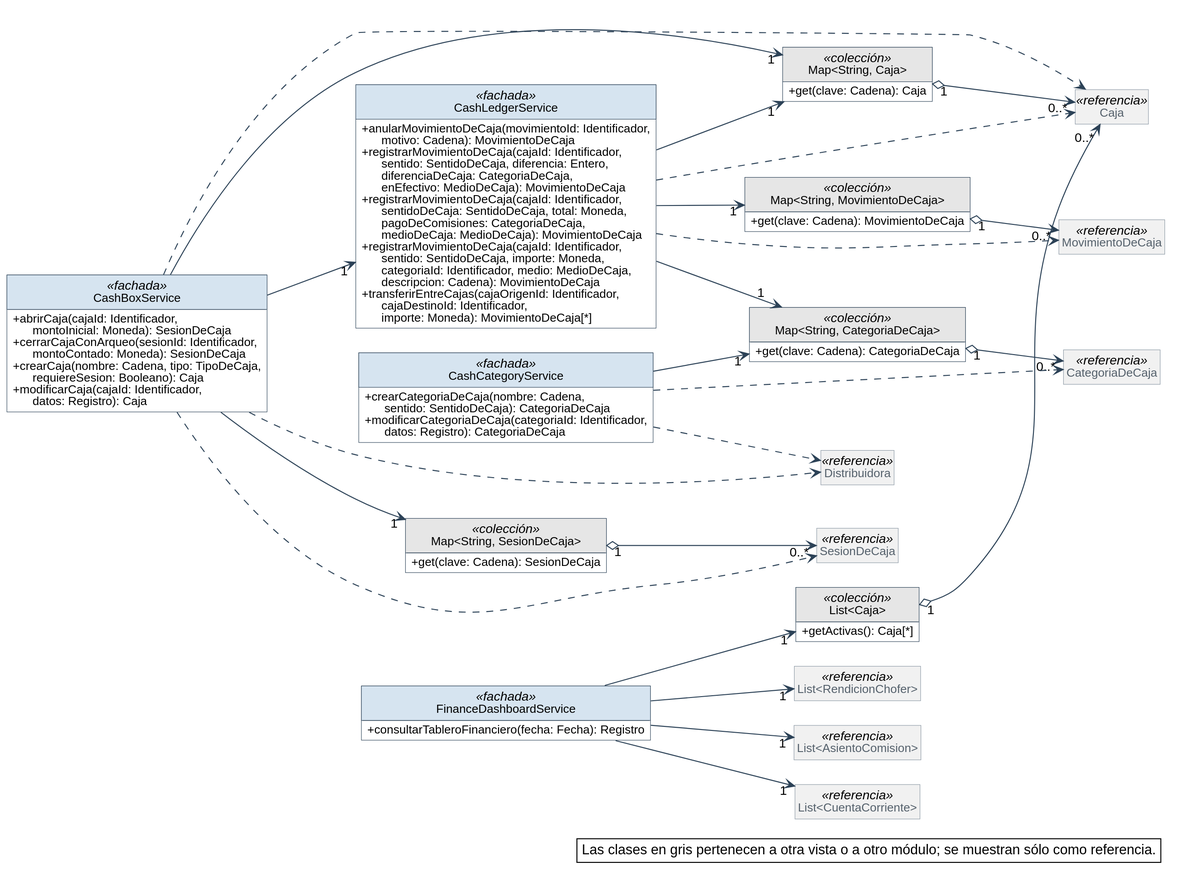
The PlantUML diagram diagramas/clases-diseno/DC_Mod_Caja.svg in Nahuelito-Dev/splg-docs, before a commit.
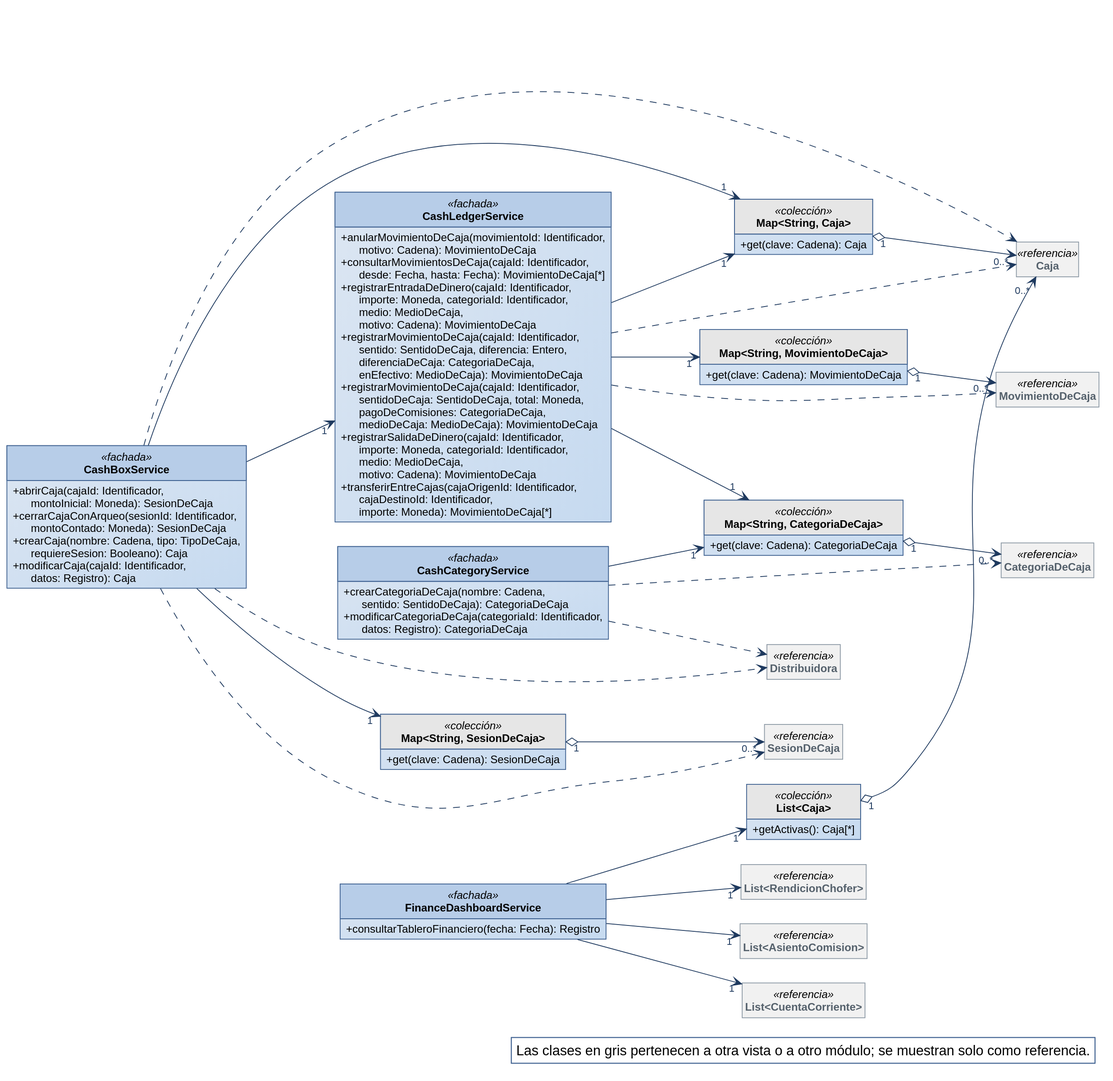
After the commit.

Diff of the diagram source:
```diff
@@ -1,59 +1,29 @@
 @startuml
-skinparam backgroundColor #FFFFFF
-skinparam shadowing false
-skinparam defaultFontName Helvetica
-skinparam defaultFontSize 13
-skinparam dpi 150
+!include ../estilo-vp.iuml
 skinparam nodesep 40
 skinparam ranksep 55
-skinparam classAttributeIconSize 0
-skinparam roundCorner 0
 skinparam genericDisplay old
-skinparam class {
-  BorderColor #2C4257
-  BackgroundColor #FFFFFF
-  ArrowColor #2C4257
-  FontSize 14
-  AttributeFontSize 12
-  HeaderBackgroundColor #E8EEF3
-}
 skinparam class<<referencia>> {
   BackgroundColor #F1F1F1
   BorderColor #8A97A3
   FontColor #55616C
 }
 skinparam class<<fachada>> {
-  HeaderBackgroundColor #D6E4F0
+  HeaderBackgroundColor #B7CDE8
 }
 skinparam class<<controlador>> {
-  HeaderBackgroundColor #D6E4F0
+  HeaderBackgroundColor #B7CDE8
 }
 skinparam class<<fabricación pura>> {
-  HeaderBackgroundColor #F3E9CF
+  HeaderBackgroundColor #E4ECF6
 }
 skinparam class<<colección>> {
   HeaderBackgroundColor #E6E6E6
 }
 skinparam class<<adaptador>> {
-  HeaderBackgroundColor #DCEBDD
-}
-skinparam interface {
-  BorderColor #2C4257
-  BackgroundColor #FFFFFF
-  HeaderBackgroundColor #DCEBDD
-  FontSize 14
-  AttributeFontSize 12
-}
-skinparam note {
-  BackgroundColor #FFFFFF
-  BorderColor #2C4257
+  HeaderBackgroundColor #D5E3F3
 }
 skinparam packageStyle rectangle
-skinparam package {
-  BorderColor #8A97A3
-  FontSize 13
-  FontColor #55616C
-}
 hide circle
 hide empty members
 
@@ -68,9 +38,11 @@
 }
 class CashLedgerService <<fachada>> {
   + anularMovimientoDeCaja(movimientoId: Identificador,\n      motivo: Cadena): MovimientoDeCaja
+  + consultarMovimientosDeCaja(cajaId: Identificador,\n      desde: Fecha, hasta: Fecha): MovimientoDeCaja[*]
+  + registrarEntradaDeDinero(cajaId: Identificador,\n      importe: Moneda, categoriaId: Identificador,\n      medio: MedioDeCaja,\n      motivo: Cadena): MovimientoDeCaja
   + registrarMovimientoDeCaja(cajaId: Identificador,\n      sentido: SentidoDeCaja, diferencia: Entero,\n      diferenciaDeCaja: CategoriaDeCaja,\n      enEfectivo: MedioDeCaja): MovimientoDeCaja
   + registrarMovimientoDeCaja(cajaId: Identificador,\n      sentidoDeCaja: SentidoDeCaja, total: Moneda,\n      pagoDeComisiones: CategoriaDeCaja,\n      medioDeCaja: MedioDeCaja): MovimientoDeCaja
-  + registrarMovimientoDeCaja(cajaId: Identificador,\n      sentido: SentidoDeCaja, importe: Moneda,\n      categoriaId: Identificador, medio: MedioDeCaja,\n      descripcion: Cadena): MovimientoDeCaja
+  + registrarSalidaDeDinero(cajaId: Identificador,\n      importe: Moneda, categoriaId: Identificador,\n      medio: MedioDeCaja,\n      motivo: Cadena): MovimientoDeCaja
   + transferirEntreCajas(cajaOrigenId: Identificador,\n      cajaDestinoId: Identificador,\n      importe: Moneda): MovimientoDeCaja[*]
 }
 class CashCategoryService <<fachada>> {
@@ -129,6 +101,6 @@
 CashLedgerService ..> MovimientoDeCaja
 
 legend bottom right
-  Las clases en gris pertenecen a otra vista o a otro módulo; se muestran sólo como referencia.
+  Las clases en gris pertenecen a otra vista o a otro módulo; se muestran solo como referencia.
 endlegend
 @enduml
```
